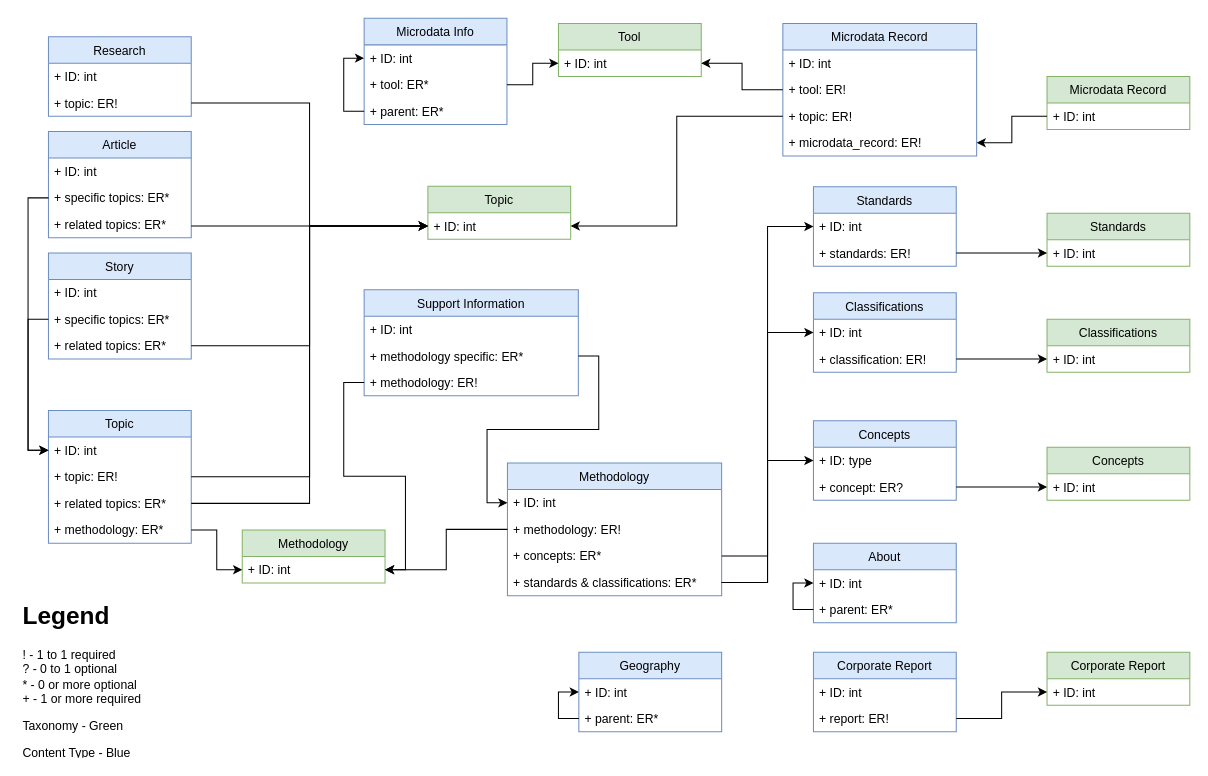
The draw.io diagram Untitled Diagram.drawio in rhys-mcguckin/d8-features, before the edit. Source tidied: cells renumbered, new cells numbered last; positions are measured from the earlier drawing's top-left corner, leaving out a move shared by most shapes. Both pictures are drawn from the tidied source at 102%, with x=0, y=0 at pixel (17, 18).
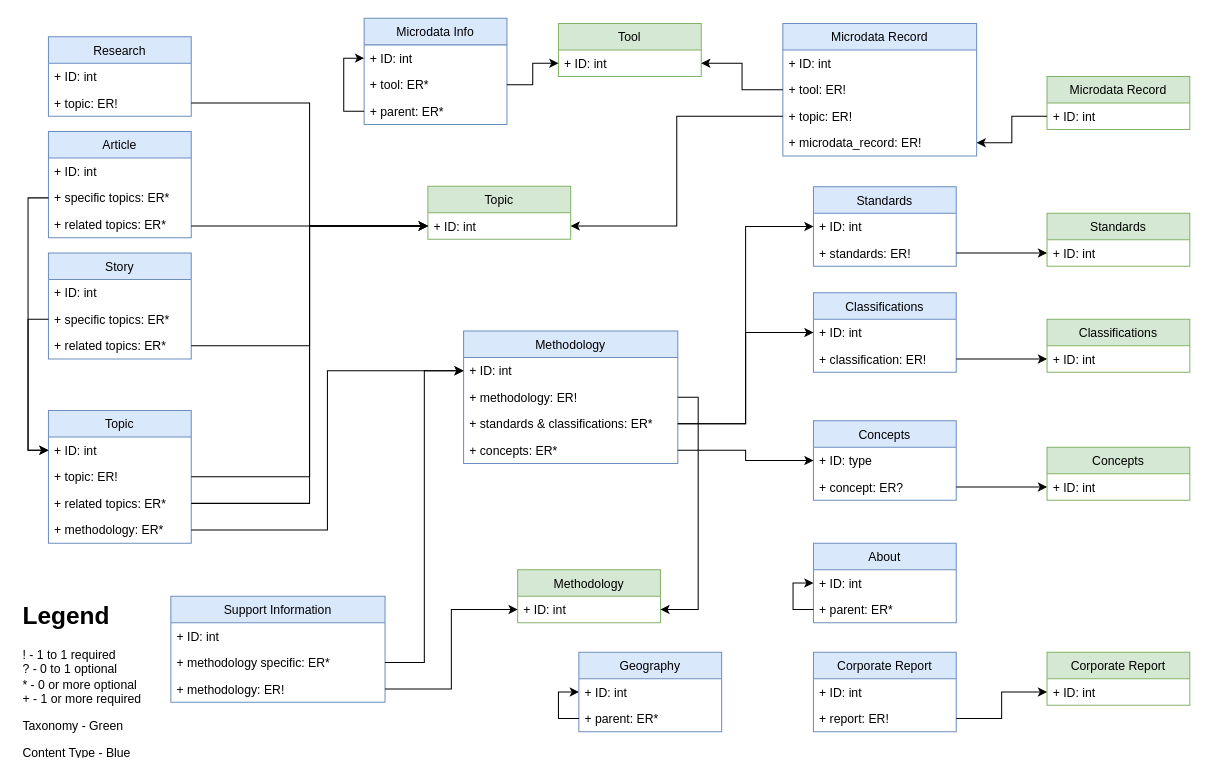
After the change.

Commit message:
Connect Topic to Method

Unchanged cells that the change refers to:
```xml
<mxCell id="5" value="+ ID: int" style="text;strokeColor=none;fillColor=none;align=left;verticalAlign=top;spacingLeft=4;spacingRight=4;overflow=hidden;points=[[0,0.5],[1,0.5]];portConstraint=eastwest;" parent="4" vertex="1">
  <mxGeometry y="26" width="140" height="26" as="geometry" />
</mxCell>
<mxCell id="16" value="+ methodology: ER*" style="text;strokeColor=none;fillColor=none;align=left;verticalAlign=top;spacingLeft=4;spacingRight=4;overflow=hidden;points=[[0,0.5],[1,0.5]];portConstraint=eastwest;" parent="12" vertex="1">
  <mxGeometry y="104" width="140" height="26" as="geometry" />
</mxCell>
<mxCell id="18" value="+ ID: int" style="text;strokeColor=none;fillColor=none;align=left;verticalAlign=top;spacingLeft=4;spacingRight=4;overflow=hidden;points=[[0,0.5],[1,0.5]];portConstraint=eastwest;" parent="17" vertex="1">
  <mxGeometry y="26" width="210" height="26" as="geometry" />
</mxCell>
```

What changed in the source:
```diff
@@
     <mxCell id="4" value="Methodology" style="swimlane;fontStyle=0;horizontal=1;startSize=26;fillColor=#d5e8d4;strokeColor=#82b366;" parent="1" vertex="1">
-      <mxGeometry x="220" y="501" width="140" height="52" as="geometry" />
+      <mxGeometry x="490" y="540" width="140" height="52" as="geometry" />
     </mxCell>
@@
     <mxCell id="17" value="Methodology" style="swimlane;fontStyle=0;horizontal=1;startSize=26;fillColor=#dae8fc;strokeColor=#6c8ebf;" parent="1" vertex="1">
-      <mxGeometry x="480" y="435.5" width="210" height="130" as="geometry" />
+      <mxGeometry x="437" y="306" width="210" height="130" as="geometry" />
     </mxCell>
@@
+    <mxCell id="21" value="+ standards &amp; classifications: ER*&#10;" style="text;strokeColor=none;fillColor=none;align=left;verticalAlign=top;spacingLeft=4;spacingRight=4;overflow=hidden;points=[[0,0.5],[1,0.5]];portConstraint=eastwest;" parent="17" vertex="1">
+      <mxGeometry y="78" width="210" height="26" as="geometry" />
+    </mxCell>
     <mxCell id="20" value="+ concepts: ER*&#10;" style="text;strokeColor=none;fillColor=none;align=left;verticalAlign=top;spacingLeft=4;spacingRight=4;overflow=hidden;points=[[0,0.5],[1,0.5]];portConstraint=eastwest;" parent="17" vertex="1">
-      <mxGeometry y="78" width="210" height="26" as="geometry" />
+      <mxGeometry y="104" width="210" height="26" as="geometry" />
     </mxCell>
-    <mxCell id="21" value="+ standards &amp; classifications: ER*&#10;" style="text;strokeColor=none;fillColor=none;align=left;verticalAlign=top;spacingLeft=4;spacingRight=4;overflow=hidden;points=[[0,0.5],[1,0.5]];portConstraint=eastwest;" parent="17" vertex="1">
-      <mxGeometry y="104" width="210" height="26" as="geometry" />
-    </mxCell>
@@
     <mxCell id="41" value="Support Information" style="swimlane;fontStyle=0;horizontal=1;startSize=26;fillColor=#dae8fc;strokeColor=#6c8ebf;" parent="1" vertex="1">
-      <mxGeometry x="339.5" y="265.5" width="210" height="104" as="geometry" />
+      <mxGeometry x="150" y="566" width="210" height="104" as="geometry" />
     </mxCell>
@@
-    <mxCell id="50" style="edgeStyle=orthogonalEdgeStyle;rounded=0;jettySize=auto;html=1;startArrow=none;startFill=0;endArrow=classic;endFill=1;" parent="1" edge="1" source="16" target="5">
-      <mxGeometry relative="1" as="geometry" />
-    </mxCell>
@@
-    <mxCell id="84" value="Geography" style="swimlane;fontStyle=0;horizontal=1;startSize=26;fillColor=#dae8fc;strokeColor=#6c8ebf;" parent="1" vertex="1">
+    <mxCell id="84" value="Geography" style="swimlane;fontStyle=0;horizontal=1;startSize=26;fillColor=#dae8fc;strokeColor=#6c8ebf;glass=0;shadow=0;comic=0;rounded=0;gradientColor=none;" parent="1" vertex="1">
       <mxGeometry x="550" y="621" width="140" height="78" as="geometry" />
     </mxCell>
@@
+    <mxCell id="96" style="edgeStyle=orthogonalEdgeStyle;rounded=0;jettySize=auto;html=1;startArrow=none;startFill=0;endArrow=classic;endFill=1;" parent="1" edge="1" source="16" target="18">
+      <mxGeometry relative="1" as="geometry" />
+    </mxCell>
```
